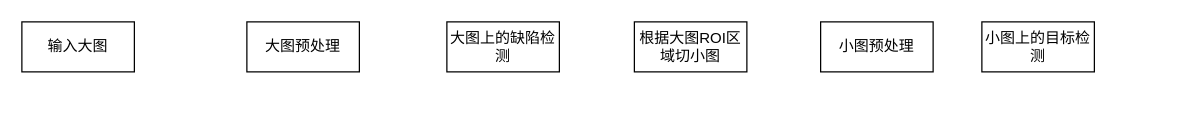
Earlier version of the draw.io diagram draw_io/表面缺陷检测.drawio (thb1314/for_draw_io). Source tidied: cells renumbered, new cells numbered last; positions are measured from the earlier drawing's top-left corner, leaving out a move shared by most shapes. Both pictures are drawn from the tidied source at 125%, with x=0, y=0 at pixel (21, 21).
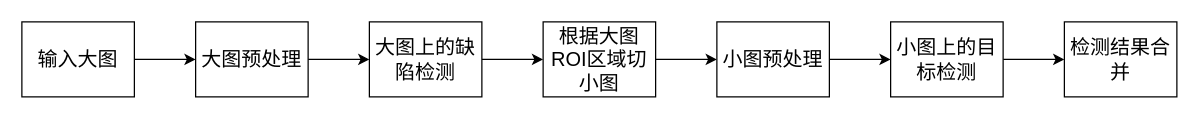
The same page after the edit.

Commit message (it also covers changes not shown here):
更新表面缺陷检测.drawio

Diff of the diagram source:
```diff
@@
 <mxGraphModel>
   <root>
     <mxCell id="0" />
     <mxCell id="1" parent="0" />
+    <mxCell id="8" style="edgeStyle=orthogonalEdgeStyle;rounded=0;jettySize=auto;html=1;exitX=1;exitY=0.5;exitDx=0;exitDy=0;entryX=0;entryY=0.5;entryDx=0;entryDy=0;" parent="1" edge="1" source="2" target="3">
+      <mxGeometry relative="1" as="geometry" />
+    </mxCell>
-    <mxCell id="2" value="&lt;font style=&quot;font-size: 12px;&quot;&gt;输入大图&lt;/font&gt;" style="rounded=0;whiteSpace=wrap;html=1;" parent="1" vertex="1">
-      <mxGeometry width="90" height="40" as="geometry" />
+    <mxCell id="2" value="&lt;font style=&quot;font-size: 16px;&quot;&gt;输入大图&lt;/font&gt;" style="rounded=0;whiteSpace=wrap;html=1;" parent="1" vertex="1">
+      <mxGeometry width="90" height="60" as="geometry" />
     </mxCell>
+    <mxCell id="9" style="edgeStyle=orthogonalEdgeStyle;rounded=0;jettySize=auto;html=1;exitX=1;exitY=0.5;exitDx=0;exitDy=0;entryX=0;entryY=0.5;entryDx=0;entryDy=0;" parent="1" edge="1" source="3" target="4">
+      <mxGeometry relative="1" as="geometry" />
+    </mxCell>
-    <mxCell id="3" value="大图预处理" style="rounded=0;whiteSpace=wrap;html=1;" parent="1" vertex="1">
-      <mxGeometry x="180" width="90" height="40" as="geometry" />
+    <mxCell id="3" value="&lt;font style=&quot;font-size: 16px;&quot;&gt;大图预处理&lt;/font&gt;" style="rounded=0;whiteSpace=wrap;html=1;" parent="1" vertex="1">
+      <mxGeometry x="139" width="90" height="60" as="geometry" />
     </mxCell>
+    <mxCell id="10" style="edgeStyle=orthogonalEdgeStyle;rounded=0;jettySize=auto;html=1;" parent="1" edge="1" source="4" target="5">
+      <mxGeometry relative="1" as="geometry" />
+    </mxCell>
-    <mxCell id="4" value="大图上的缺陷检测" style="rounded=0;whiteSpace=wrap;html=1;" parent="1" vertex="1">
-      <mxGeometry x="340" width="90" height="40" as="geometry" />
+    <mxCell id="4" value="&lt;font style=&quot;font-size: 16px;&quot;&gt;大图上的缺陷检测&lt;/font&gt;" style="rounded=0;whiteSpace=wrap;html=1;" parent="1" vertex="1">
+      <mxGeometry x="278" width="90" height="60" as="geometry" />
     </mxCell>
+    <mxCell id="11" style="edgeStyle=orthogonalEdgeStyle;rounded=0;jettySize=auto;html=1;" parent="1" edge="1" source="5" target="6">
+      <mxGeometry relative="1" as="geometry" />
+    </mxCell>
-    <mxCell id="5" value="根据大图ROI区域切小图" style="rounded=0;whiteSpace=wrap;html=1;" parent="1" vertex="1">
-      <mxGeometry x="490" width="90" height="40" as="geometry" />
+    <mxCell id="5" value="&lt;font style=&quot;font-size: 16px;&quot;&gt;根据大图ROI区域切小图&lt;/font&gt;" style="rounded=0;whiteSpace=wrap;html=1;" parent="1" vertex="1">
+      <mxGeometry x="417" width="90" height="60" as="geometry" />
     </mxCell>
+    <mxCell id="12" style="edgeStyle=orthogonalEdgeStyle;rounded=0;jettySize=auto;html=1;" parent="1" edge="1" source="6" target="7">
+      <mxGeometry relative="1" as="geometry" />
+    </mxCell>
-    <mxCell id="6" value="小图预处理" style="rounded=0;whiteSpace=wrap;html=1;" parent="1" vertex="1">
-      <mxGeometry x="639" width="90" height="40" as="geometry" />
+    <mxCell id="6" value="&lt;font style=&quot;font-size: 16px;&quot;&gt;小图预处理&lt;/font&gt;" style="rounded=0;whiteSpace=wrap;html=1;" parent="1" vertex="1">
+      <mxGeometry x="556" width="90" height="60" as="geometry" />
     </mxCell>
+    <mxCell id="13" style="edgeStyle=orthogonalEdgeStyle;rounded=0;jettySize=auto;html=1;" parent="1" edge="1" source="7" target="14">
+      <mxGeometry relative="1" as="geometry" />
+    </mxCell>
-    <mxCell id="7" value="小图上的目标检测" style="rounded=0;whiteSpace=wrap;html=1;" parent="1" vertex="1">
-      <mxGeometry x="768" width="90" height="40" as="geometry" />
+    <mxCell id="7" value="&lt;font style=&quot;font-size: 16px;&quot;&gt;小图上的目标检测&lt;/font&gt;" style="rounded=0;whiteSpace=wrap;html=1;" parent="1" vertex="1">
+      <mxGeometry x="695" width="90" height="60" as="geometry" />
     </mxCell>
+    <mxCell id="14" value="&lt;font style=&quot;font-size: 16px;&quot;&gt;检测结果合并&lt;/font&gt;" style="rounded=0;whiteSpace=wrap;html=1;" parent="1" vertex="1">
+      <mxGeometry x="834" width="90" height="60" as="geometry" />
+    </mxCell>
   </root>
 </mxGraphModel>
```
